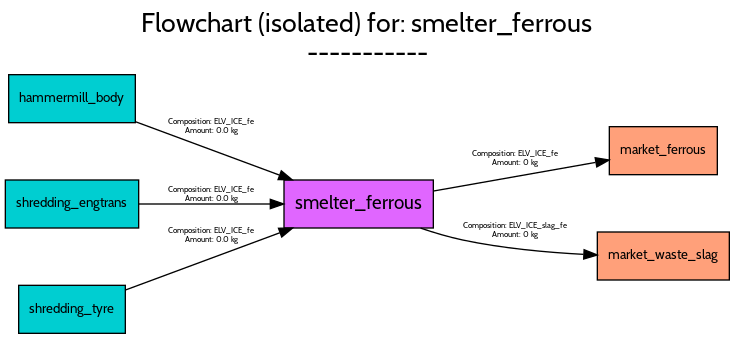
Earlier version of the Graphviz export src/futuram/examples/ELV/figures/flowcharts/processes/png/smelter_ferrous.png (FutuRaM-Project/Recovery-Model). Its source is kept beside it as src/futuram/examples/ELV/figures/flowcharts/processes/dot/smelter_ferrous.dot.
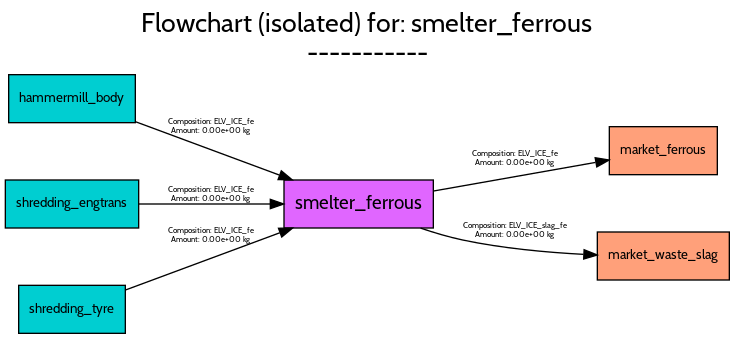
The same diagram one commit later.

Change to the diagram source:
```diff
@@ -35,7 +35,7 @@
 		fontname=Cabin,
 		fontsize=6,
 		label="Composition: ELV_ICE_fe
-Amount: 0 kg",
+Amount: 0.00e+00 kg",
 		lp="382.5,131",
 		pos="e,452.83,129.99 321.12,106.73 358.18,113.28 406.65,121.84 442.58,128.18"];
 	market_waste_slag	[fillcolor=lightsalmon1,
@@ -50,7 +50,7 @@
 		fontname=Cabin,
 		fontsize=6,
 		label="Composition: ELV_ICE_slag_fe
-Amount: 0 kg",
+Amount: 0.00e+00 kg",
 		lp="382.5,77",
 		pos="e,443.91,58.749 311.46,78.895 321.69,75.43 332.61,72.201 343,70 372.48,63.758 405.85,60.707 433.58,59.238"];
 	hammermill_body	[fillcolor=darkturquoise,
@@ -65,7 +65,7 @@
 		fontname=Cabin,
 		fontsize=6,
 		label="Composition: ELV_ICE_fe
-Amount: 0.0 kg",
+Amount: 0.00e+00 kg",
 		lp="154.5,155",
 		pos="e,215.15,115.12 97.744,158.66 129.4,146.92 171.47,131.32 205.36,118.75"];
 	shredding_engtrans	[fillcolor=darkturquoise,
@@ -80,7 +80,7 @@
 		fontname=Cabin,
 		fontsize=6,
 		label="Composition: ELV_ICE_fe
-Amount: 0.0 kg",
+Amount: 0.00e+00 kg",
 		lp="154.5,104",
 		pos="e,208.74,97 100.13,97 129.4,97 166.91,97 198.65,97"];
 	shredding_tyre	[fillcolor=darkturquoise,
@@ -95,7 +95,7 @@
 		fontname=Cabin,
 		fontsize=6,
 		label="Composition: ELV_ICE_fe
-Amount: 0.0 kg",
+Amount: 0.00e+00 kg",
 		lp="154.5,73",
 		pos="e,215.46,78.996 90.067,32.49 122.48,44.512 169.05,61.784 205.85,75.431"];
 }
```
